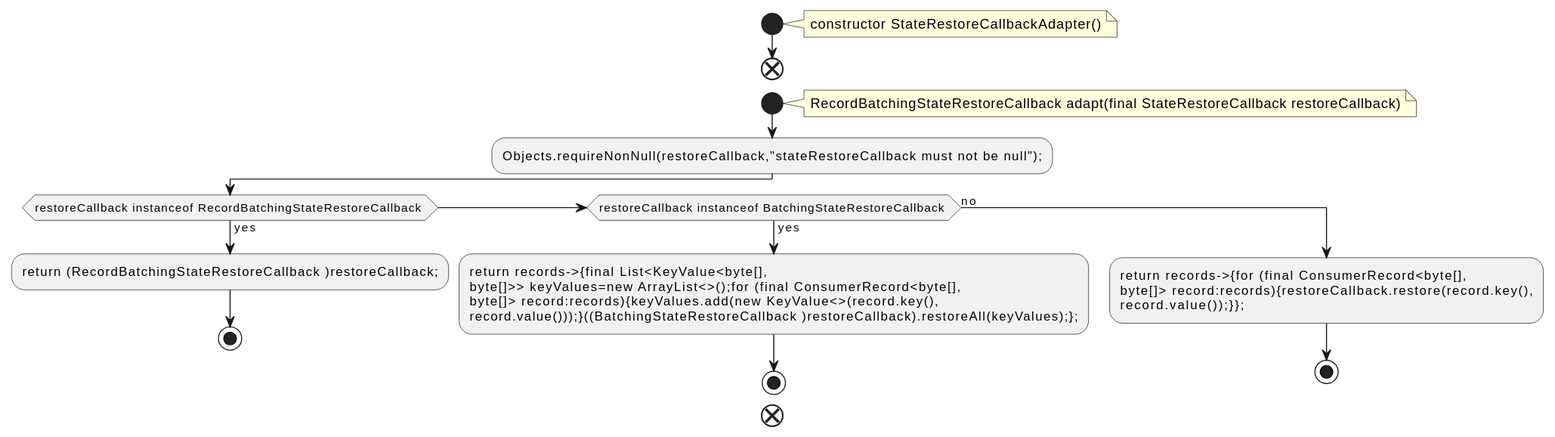
This is docs/qc/streams/src/main/java/org/apache/kafka/streams/processor/internals/StateRestoreCallbackAdapter.java.fct.svg from qualitesys/kafka, a PlantUML export, as it was before one commit.
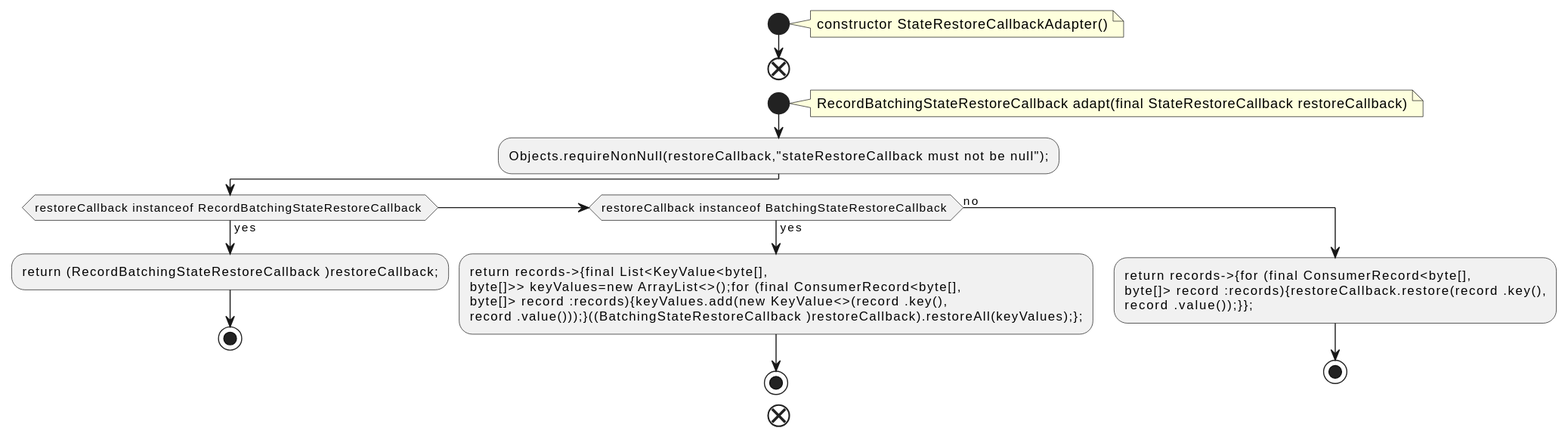
Above is the later version.

Change to the diagram source:
```diff
@@ -16,13 +16,13 @@
 else if (restoreCallback instanceof BatchingStateRestoreCallback ) then (yes)
 :return records->{final List<KeyValue<byte[],
 byte[]>> keyValues=new ArrayList<>();for (final ConsumerRecord<byte[],
-byte[]> record:records){keyValues.add(new KeyValue<>(record.key(),
-record.value()));}((BatchingStateRestoreCallback )restoreCallback).restoreAll(keyValues);};;
+byte[]> record :records){keyValues.add(new KeyValue<>(record .key(),
+record .value()));}((BatchingStateRestoreCallback )restoreCallback).restoreAll(keyValues);};;
 stop
 else (no)
 :return records->{for (final ConsumerRecord<byte[],
-byte[]> record:records){restoreCallback.restore(record.key(),
-record.value());}};;
+byte[]> record :records){restoreCallback.restore(record .key(),
+record .value());}};;
 stop
 endif
 end
```
